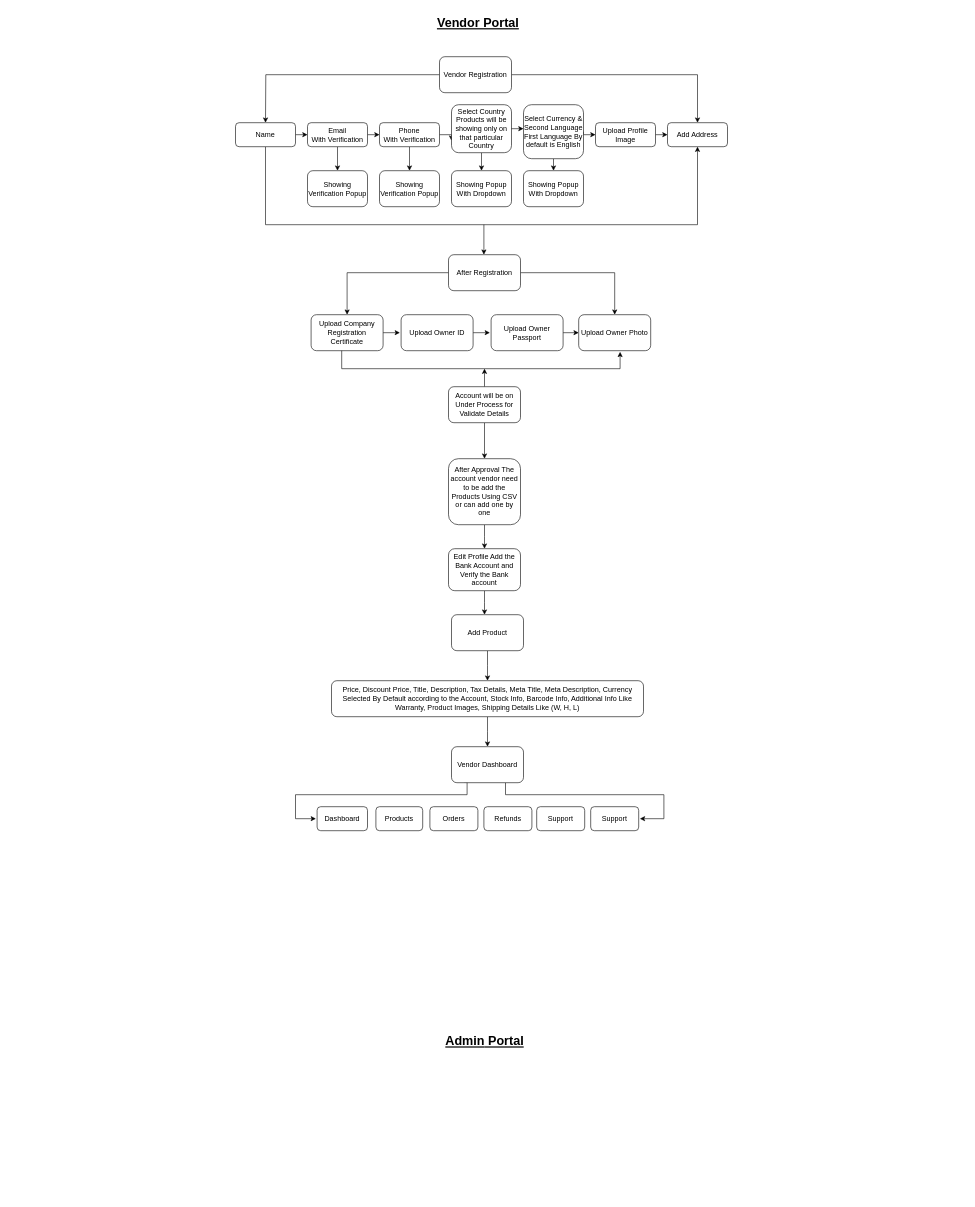
Above: Untitled Diagram.drawio in mohitsth4/test (draw.io), before the change. Source tidied: cells renumbered, new cells numbered last; positions are measured from the earlier drawing's top-left corner, leaving out a move shared by most shapes. Both pictures are drawn from the tidied source at 60%, with x=0, y=0 at pixel (235, 10).
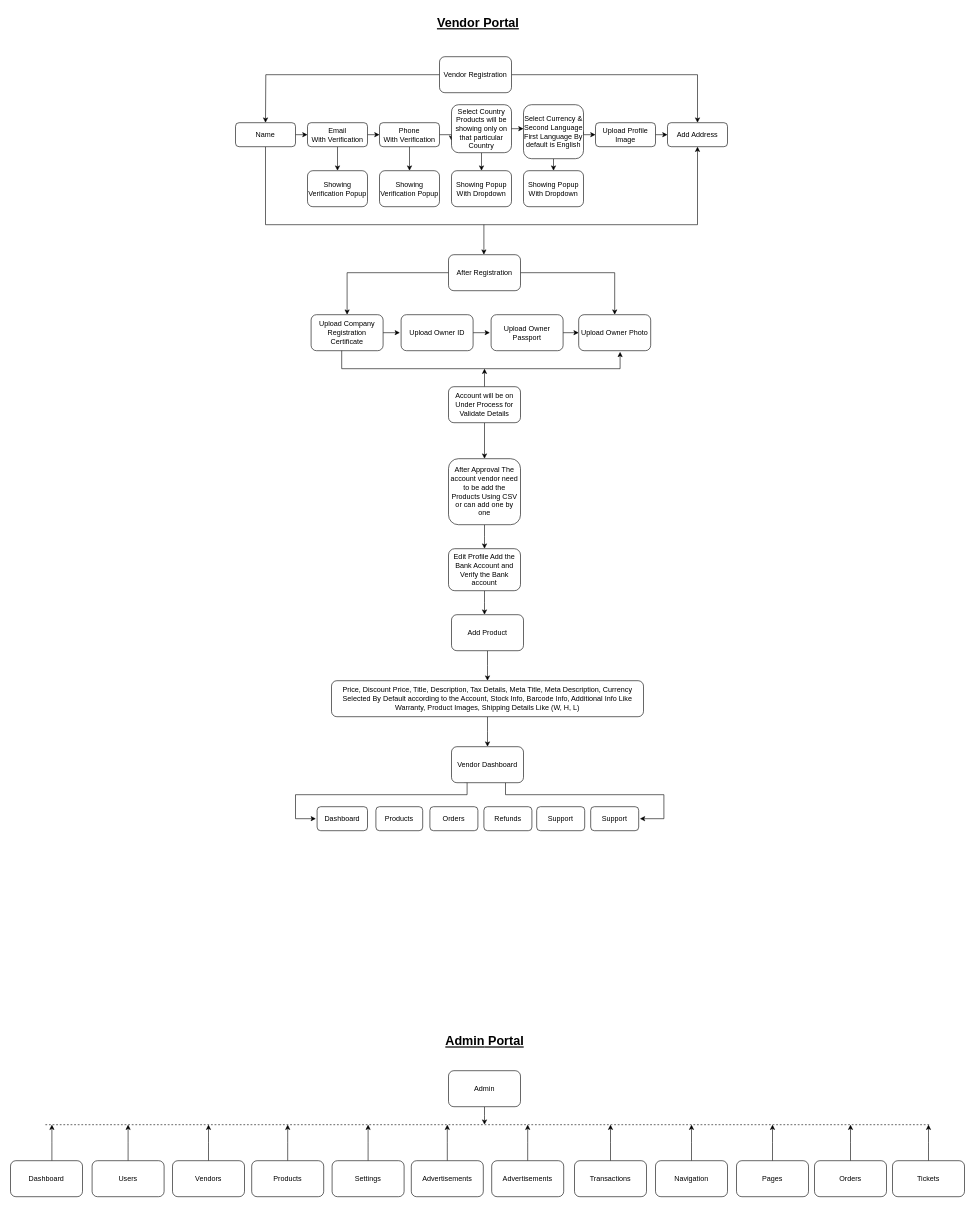
The same diagram, later.

Change to the diagram source:
```diff
@@
+    <mxCell id="61" style="edgeStyle=elbowEdgeStyle;rounded=0;jettySize=auto;html=1;" parent="1" edge="1" source="62">
+      <mxGeometry relative="1" as="geometry">
+        <mxPoint x="415" y="1857" as="targetPoint" />
+      </mxGeometry>
+    </mxCell>
+    <mxCell id="62" value="Admin" style="rounded=1;whiteSpace=wrap;html=1;" parent="1" vertex="1">
+      <mxGeometry x="355" y="1767" width="120" height="60" as="geometry" />
+    </mxCell>
+    <mxCell id="63" style="edgeStyle=elbowEdgeStyle;rounded=0;jettySize=auto;html=1;" parent="1" edge="1" source="64">
+      <mxGeometry relative="1" as="geometry">
+        <mxPoint x="-306" y="1857" as="targetPoint" />
+      </mxGeometry>
+    </mxCell>
+    <mxCell id="64" value="Dashboard" style="rounded=1;whiteSpace=wrap;html=1;" parent="1" vertex="1">
+      <mxGeometry x="-375" y="1917" width="120" height="60" as="geometry" />
+    </mxCell>
+    <mxCell id="65" style="edgeStyle=elbowEdgeStyle;rounded=0;jettySize=auto;html=1;" parent="1" edge="1" source="66">
+      <mxGeometry relative="1" as="geometry">
+        <mxPoint x="-179" y="1857" as="targetPoint" />
+      </mxGeometry>
+    </mxCell>
+    <mxCell id="66" value="Users" style="rounded=1;whiteSpace=wrap;html=1;" parent="1" vertex="1">
+      <mxGeometry x="-239" y="1917" width="120" height="60" as="geometry" />
+    </mxCell>
+    <mxCell id="67" style="edgeStyle=elbowEdgeStyle;rounded=0;jettySize=auto;html=1;" parent="1" edge="1" source="68">
+      <mxGeometry relative="1" as="geometry">
+        <mxPoint x="-45" y="1857" as="targetPoint" />
+      </mxGeometry>
+    </mxCell>
+    <mxCell id="68" value="Vendors" style="rounded=1;whiteSpace=wrap;html=1;" parent="1" vertex="1">
+      <mxGeometry x="-105" y="1917" width="120" height="60" as="geometry" />
+    </mxCell>
+    <mxCell id="69" style="edgeStyle=elbowEdgeStyle;rounded=0;jettySize=auto;html=1;" parent="1" edge="1" source="70">
+      <mxGeometry relative="1" as="geometry">
+        <mxPoint x="87" y="1857" as="targetPoint" />
+      </mxGeometry>
+    </mxCell>
+    <mxCell id="70" value="Products" style="rounded=1;whiteSpace=wrap;html=1;" parent="1" vertex="1">
+      <mxGeometry x="27" y="1917" width="120" height="60" as="geometry" />
+    </mxCell>
+    <mxCell id="71" style="edgeStyle=elbowEdgeStyle;rounded=0;jettySize=auto;html=1;" parent="1" edge="1" source="72">
+      <mxGeometry relative="1" as="geometry">
+        <mxPoint x="221" y="1857" as="targetPoint" />
+      </mxGeometry>
+    </mxCell>
+    <mxCell id="72" value="Settings" style="rounded=1;whiteSpace=wrap;html=1;" parent="1" vertex="1">
+      <mxGeometry x="161" y="1917" width="120" height="60" as="geometry" />
+    </mxCell>
+    <mxCell id="73" style="edgeStyle=elbowEdgeStyle;rounded=0;jettySize=auto;html=1;" parent="1" edge="1" source="74">
+      <mxGeometry relative="1" as="geometry">
+        <mxPoint x="353" y="1857" as="targetPoint" />
+      </mxGeometry>
+    </mxCell>
+    <mxCell id="74" value="Advertisements" style="rounded=1;whiteSpace=wrap;html=1;" parent="1" vertex="1">
+      <mxGeometry x="293" y="1917" width="120" height="60" as="geometry" />
+    </mxCell>
+    <mxCell id="75" style="edgeStyle=elbowEdgeStyle;rounded=0;jettySize=auto;html=1;" parent="1" edge="1" source="76">
+      <mxGeometry relative="1" as="geometry">
+        <mxPoint x="487" y="1857" as="targetPoint" />
+      </mxGeometry>
+    </mxCell>
+    <mxCell id="76" value="Advertisements" style="rounded=1;whiteSpace=wrap;html=1;" parent="1" vertex="1">
+      <mxGeometry x="427" y="1917" width="120" height="60" as="geometry" />
+    </mxCell>
+    <mxCell id="77" style="edgeStyle=elbowEdgeStyle;rounded=0;jettySize=auto;html=1;" parent="1" edge="1" source="78">
+      <mxGeometry relative="1" as="geometry">
+        <mxPoint x="625" y="1857" as="targetPoint" />
+      </mxGeometry>
+    </mxCell>
+    <mxCell id="78" value="Transactions" style="rounded=1;whiteSpace=wrap;html=1;" parent="1" vertex="1">
+      <mxGeometry x="565" y="1917" width="120" height="60" as="geometry" />
+    </mxCell>
+    <mxCell id="79" style="edgeStyle=elbowEdgeStyle;rounded=0;jettySize=auto;html=1;" parent="1" edge="1" source="80">
+      <mxGeometry relative="1" as="geometry">
+        <mxPoint x="760" y="1857" as="targetPoint" />
+      </mxGeometry>
+    </mxCell>
+    <mxCell id="80" value="Navigation" style="rounded=1;whiteSpace=wrap;html=1;" parent="1" vertex="1">
+      <mxGeometry x="700" y="1917" width="120" height="60" as="geometry" />
+    </mxCell>
+    <mxCell id="81" style="edgeStyle=elbowEdgeStyle;rounded=0;jettySize=auto;html=1;" parent="1" edge="1" source="82">
+      <mxGeometry relative="1" as="geometry">
+        <mxPoint x="895" y="1857" as="targetPoint" />
+      </mxGeometry>
+    </mxCell>
+    <mxCell id="82" value="Pages" style="rounded=1;whiteSpace=wrap;html=1;" parent="1" vertex="1">
+      <mxGeometry x="835" y="1917" width="120" height="60" as="geometry" />
+    </mxCell>
+    <mxCell id="83" style="edgeStyle=elbowEdgeStyle;rounded=0;jettySize=auto;html=1;" parent="1" edge="1" source="84">
+      <mxGeometry relative="1" as="geometry">
+        <mxPoint x="1025" y="1857" as="targetPoint" />
+      </mxGeometry>
+    </mxCell>
+    <mxCell id="84" value="Orders" style="rounded=1;whiteSpace=wrap;html=1;" parent="1" vertex="1">
+      <mxGeometry x="965" y="1917" width="120" height="60" as="geometry" />
+    </mxCell>
+    <mxCell id="85" style="edgeStyle=elbowEdgeStyle;rounded=0;jettySize=auto;html=1;" parent="1" edge="1" source="86">
+      <mxGeometry relative="1" as="geometry">
+        <mxPoint x="1155" y="1857" as="targetPoint" />
+      </mxGeometry>
+    </mxCell>
+    <mxCell id="86" value="Tickets" style="rounded=1;whiteSpace=wrap;html=1;" parent="1" vertex="1">
+      <mxGeometry x="1095" y="1917" width="120" height="60" as="geometry" />
+    </mxCell>
+    <mxCell id="87" style="endArrow=none;dashed=1;html=1;rounded=0;" parent="1" edge="1">
+      <mxGeometry relative="1" as="geometry">
+        <mxPoint x="1156.1" y="1857" as="sourcePoint" />
+        <mxPoint x="-319" y="1857" as="targetPoint" />
+      </mxGeometry>
+    </mxCell>
```
